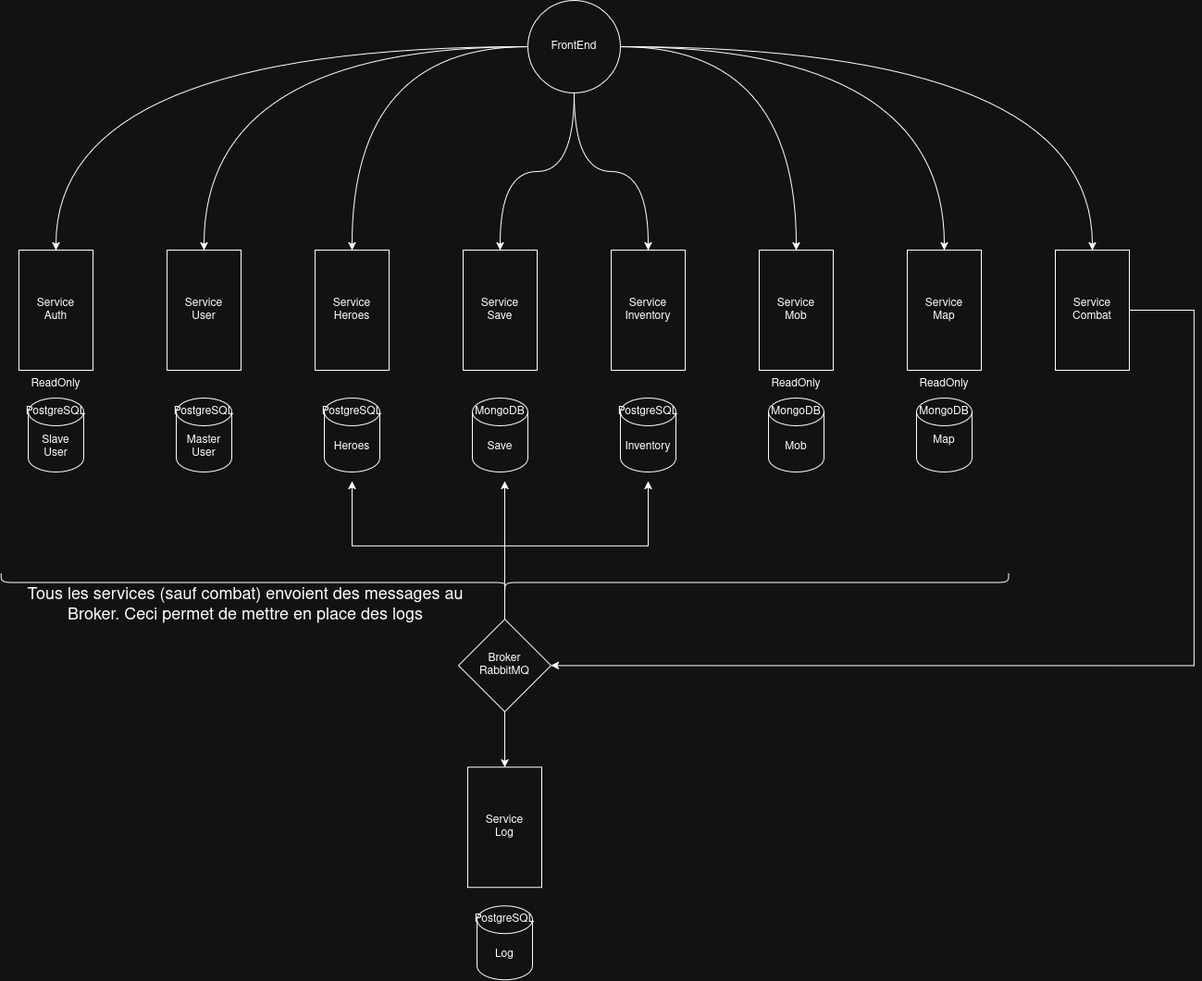
Above: images/MicroService.drawio.png in ChronicleOfTheSacredSword/documentation (draw.io), before the change. Source tidied: cells renumbered, new cells last; positions are measured from the earlier drawing's top-left corner, leaving out a move shared by most shapes.
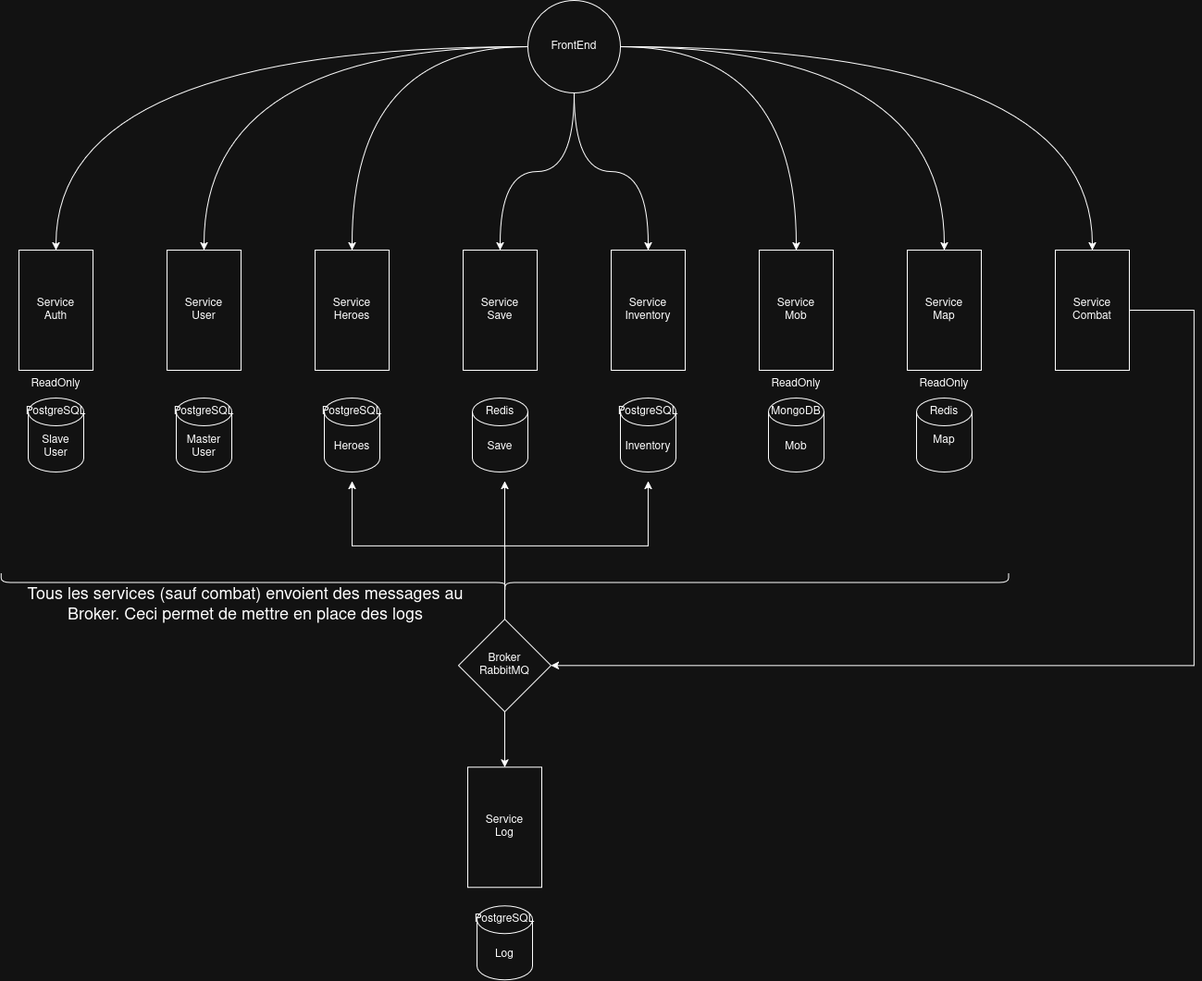
The same file after the commit.

Diff of the diagram source:
```diff
@@ -86,7 +86,7 @@
     <mxCell id="29" value="ReadOnly" style="text;html=1;whiteSpace=wrap;strokeColor=none;fillColor=none;align=center;verticalAlign=middle;rounded=0;" parent="1" vertex="1">
       <mxGeometry x="830" y="400" width="60" height="30" as="geometry" />
     </mxCell>
-    <mxCell id="30" value="MongoDB" style="text;html=1;whiteSpace=wrap;strokeColor=none;fillColor=none;align=center;verticalAlign=middle;rounded=0;" parent="1" vertex="1">
+    <mxCell id="30" value="Redis" style="text;html=1;whiteSpace=wrap;strokeColor=none;fillColor=none;align=center;verticalAlign=middle;rounded=0;" parent="1" vertex="1">
       <mxGeometry x="990" y="430" width="60" height="30" as="geometry" />
     </mxCell>
     <mxCell id="31" value="ReadOnly" style="text;html=1;whiteSpace=wrap;strokeColor=none;fillColor=none;align=center;verticalAlign=middle;rounded=0;" parent="1" vertex="1">
@@ -95,7 +95,7 @@
     <mxCell id="32" value="PostgreSQL" style="text;html=1;whiteSpace=wrap;strokeColor=none;fillColor=none;align=center;verticalAlign=middle;rounded=0;" parent="1" vertex="1">
       <mxGeometry x="350" y="430" width="60" height="30" as="geometry" />
     </mxCell>
-    <mxCell id="33" value="MongoDB" style="text;html=1;whiteSpace=wrap;strokeColor=none;fillColor=none;align=center;verticalAlign=middle;rounded=0;" parent="1" vertex="1">
+    <mxCell id="33" value="&lt;div&gt;Redis&lt;/div&gt;" style="text;html=1;whiteSpace=wrap;strokeColor=none;fillColor=none;align=center;verticalAlign=middle;rounded=0;" parent="1" vertex="1">
       <mxGeometry x="510" y="430" width="60" height="30" as="geometry" />
     </mxCell>
     <mxCell id="34" value="PostgreSQL" style="text;html=1;whiteSpace=wrap;strokeColor=none;fillColor=none;align=center;verticalAlign=middle;rounded=0;" parent="1" vertex="1">
```
